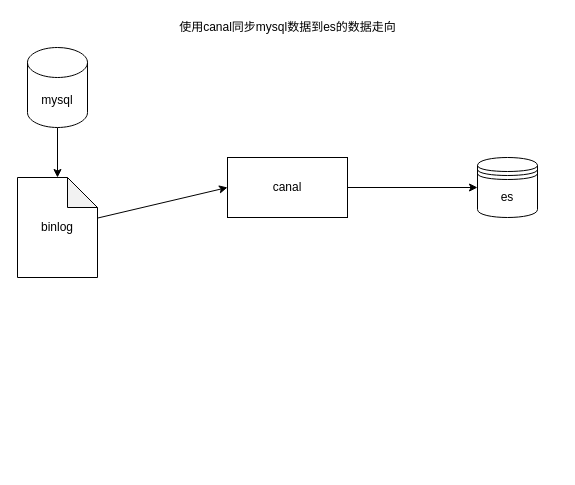
Above: img/draw.io/mysql-canal-es.drawio in lumiseven/mysql-to-es (draw.io), before the change. Source tidied: cells renumbered, new cells numbered last; positions are measured from the earlier drawing's top-left corner, leaving out a move shared by most shapes. Both pictures are drawn from the tidied source at 100%, with x=0, y=0 at pixel (17, 17).
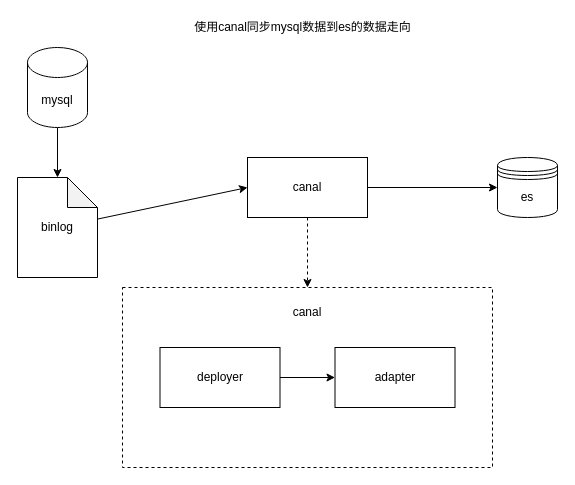
The same diagram, later.

Diff of the diagram source:
```diff
@@
 <mxGraphModel>
   <root>
     <mxCell id="0" />
     <mxCell id="1" parent="0" />
     <mxCell id="2" style="edgeStyle=none;html=1;" parent="1" edge="1" target="4">
       <mxGeometry relative="1" as="geometry">
         <mxPoint x="40" y="110" as="sourcePoint" />
       </mxGeometry>
     </mxCell>
     <mxCell id="3" style="edgeStyle=none;html=1;entryX=0;entryY=0.5;entryDx=0;entryDy=0;" parent="1" edge="1" source="4" target="6">
       <mxGeometry relative="1" as="geometry" />
     </mxCell>
     <mxCell id="4" value="binlog" style="shape=note;whiteSpace=wrap;html=1;backgroundOutline=1;darkOpacity=0.05;" parent="1" vertex="1">
       <mxGeometry y="160" width="80" height="100" as="geometry" />
     </mxCell>
-    <mxCell id="5" style="edgeStyle=none;html=1;entryX=0;entryY=0.5;entryDx=0;entryDy=0;" parent="1" edge="1" source="6">
-      <mxGeometry relative="1" as="geometry">
-        <mxPoint x="460" y="170" as="targetPoint" />
-      </mxGeometry>
-    </mxCell>
+    <mxCell id="10" style="edgeStyle=none;html=1;entryX=0;entryY=0.5;entryDx=0;entryDy=0;" parent="1" edge="1" source="6" target="9">
+      <mxGeometry relative="1" as="geometry" />
+    </mxCell>
+    <mxCell id="11" style="edgeStyle=none;html=1;dashed=1;" parent="1" edge="1" source="6" target="12">
+      <mxGeometry relative="1" as="geometry" />
+    </mxCell>
     <mxCell id="6" value="canal" style="rounded=0;whiteSpace=wrap;html=1;" parent="1" vertex="1">
-      <mxGeometry x="210" y="140" width="120" height="60" as="geometry" />
+      <mxGeometry x="230" y="140" width="120" height="60" as="geometry" />
     </mxCell>
     <mxCell id="7" value="使用canal同步mysql数据到es的数据走向" style="text;html=1;align=center;verticalAlign=middle;strokeColor=none;fillColor=none;" parent="1" vertex="1">
-      <mxGeometry x="155" width="230" height="20" as="geometry" />
+      <mxGeometry x="170" width="230" height="20" as="geometry" />
     </mxCell>
     <mxCell id="8" value="mysql" style="shape=cylinder3;whiteSpace=wrap;html=1;boundedLbl=1;backgroundOutline=1;size=15;" parent="1" vertex="1">
       <mxGeometry x="10" y="30" width="60" height="80" as="geometry" />
     </mxCell>
     <mxCell id="9" value="es" style="shape=datastore;whiteSpace=wrap;html=1;" parent="1" vertex="1">
-      <mxGeometry x="460" y="140" width="60" height="60" as="geometry" />
+      <mxGeometry x="480" y="140" width="60" height="60" as="geometry" />
     </mxCell>
+    <mxCell id="12" style="rounded=0;whiteSpace=wrap;html=1;dashed=1;" parent="1" vertex="1">
+      <mxGeometry x="105" y="270" width="370" height="180" as="geometry" />
+    </mxCell>
+    <mxCell id="13" style="edgeStyle=none;html=1;entryX=0;entryY=0.5;entryDx=0;entryDy=0;" parent="1" edge="1" source="14" target="15">
+      <mxGeometry relative="1" as="geometry" />
+    </mxCell>
+    <mxCell id="14" value="deployer" style="rounded=0;whiteSpace=wrap;html=1;" parent="1" vertex="1">
+      <mxGeometry x="142.5" y="330" width="120" height="60" as="geometry" />
+    </mxCell>
+    <mxCell id="15" value="adapter" style="rounded=0;whiteSpace=wrap;html=1;" parent="1" vertex="1">
+      <mxGeometry x="317.5" y="330" width="120" height="60" as="geometry" />
+    </mxCell>
+    <mxCell id="16" value="canal" style="text;html=1;strokeColor=none;fillColor=none;align=center;verticalAlign=middle;whiteSpace=wrap;rounded=0;" parent="1" vertex="1">
+      <mxGeometry x="260" y="280" width="60" height="30" as="geometry" />
+    </mxCell>
   </root>
 </mxGraphModel>
```
